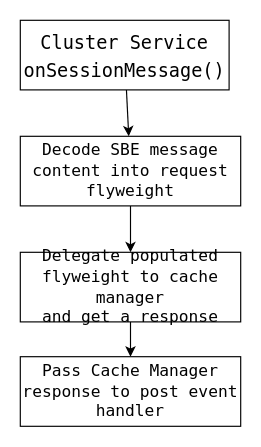
Before: docs/diagrams/cluster-service.dio in bhf/aeron-cache, a draw.io diagram. Source tidied: cells renumbered, new cells numbered last; positions are measured from the earlier drawing's top-left corner, leaving out a move shared by most shapes. Both pictures are drawn from the tidied source at 116%, with x=0, y=0 at pixel (20, 20).
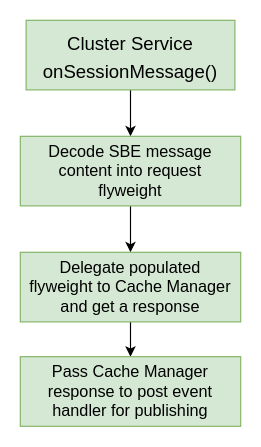
After the change.

The edit, as a diff of the source:
```diff
@@
 <mxGraphModel>
   <root>
     <mxCell id="0" />
     <mxCell id="1" parent="0" />
     <mxCell id="2" style="edgeStyle=none;hachureGap=4;html=1;fontFamily=Architects Daughter;fontSize=14;rounded=0;" parent="1" edge="1" source="3" target="5">
       <mxGeometry relative="1" as="geometry" />
     </mxCell>
-    <mxCell id="3" value="&lt;font size=&quot;3&quot;&gt;&lt;font face=&quot;Lucida Console&quot;&gt;Cluster Service&lt;br&gt;onSessionMessage()&lt;/font&gt;&lt;br&gt;&lt;/font&gt;" style="rounded=0;whiteSpace=wrap;html=1;hachureGap=4;fontFamily=Architects Daughter;fontSize=20;" parent="1" vertex="1">
-      <mxGeometry width="180" height="60" as="geometry" />
+    <mxCell id="3" value="&lt;font size=&quot;3&quot;&gt;&lt;font&gt;Cluster Service&lt;br&gt;onSessionMessage()&lt;/font&gt;&lt;br&gt;&lt;/font&gt;" style="rounded=0;whiteSpace=wrap;html=1;hachureGap=4;fontFamily=Helvetica;fontSize=20;fillColor=#d5e8d4;strokeColor=#82b366;" parent="1" vertex="1">
+      <mxGeometry x="5" width="180" height="60" as="geometry" />
     </mxCell>
     <mxCell id="4" style="edgeStyle=none;hachureGap=4;html=1;fontFamily=Architects Daughter;fontSize=14;rounded=0;" parent="1" edge="1" source="5" target="7">
       <mxGeometry relative="1" as="geometry" />
     </mxCell>
-    <mxCell id="5" value="&lt;font face=&quot;Lucida Console&quot;&gt;Decode SBE message&lt;br&gt;content into request&lt;br&gt;flyweight&lt;/font&gt;" style="rounded=0;whiteSpace=wrap;html=1;hachureGap=4;fontFamily=Architects Daughter;fontSize=14;" parent="1" vertex="1">
+    <mxCell id="5" value="&lt;font&gt;Decode SBE message&lt;br&gt;content into request&lt;br&gt;flyweight&lt;/font&gt;" style="rounded=0;whiteSpace=wrap;html=1;hachureGap=4;fontFamily=Helvetica;fontSize=14;fillColor=#d5e8d4;strokeColor=#82b366;" parent="1" vertex="1">
       <mxGeometry y="100" width="190" height="60" as="geometry" />
     </mxCell>
     <mxCell id="6" style="edgeStyle=none;hachureGap=4;html=1;fontFamily=Architects Daughter;fontSize=14;rounded=0;" parent="1" edge="1" source="7" target="8">
       <mxGeometry relative="1" as="geometry" />
     </mxCell>
-    <mxCell id="7" value="&lt;font face=&quot;Lucida Console&quot;&gt;Delegate populated&lt;br&gt;flyweight to cache manager&lt;br&gt;and get a response&lt;/font&gt;" style="rounded=0;whiteSpace=wrap;html=1;hachureGap=4;fontFamily=Architects Daughter;fontSize=14;" parent="1" vertex="1">
+    <mxCell id="7" value="&lt;font&gt;Delegate populated&lt;br&gt;flyweight to Cache Manager&lt;br&gt;and get a response&lt;/font&gt;" style="rounded=0;whiteSpace=wrap;html=1;hachureGap=4;fontFamily=Helvetica;fontSize=14;fillColor=#d5e8d4;strokeColor=#82b366;" parent="1" vertex="1">
       <mxGeometry y="200" width="190" height="60" as="geometry" />
     </mxCell>
-    <mxCell id="8" value="&lt;font face=&quot;Lucida Console&quot;&gt;Pass Cache Manager response to post event handler&lt;/font&gt;" style="rounded=0;whiteSpace=wrap;html=1;hachureGap=4;fontFamily=Architects Daughter;fontSize=14;" parent="1" vertex="1">
+    <mxCell id="8" value="&lt;font&gt;Pass Cache Manager response to post event handler for publishing&lt;/font&gt;" style="rounded=0;whiteSpace=wrap;html=1;hachureGap=4;fontFamily=Helvetica;fontSize=14;fillColor=#d5e8d4;strokeColor=#82b366;" parent="1" vertex="1">
       <mxGeometry y="290" width="190" height="60" as="geometry" />
     </mxCell>
   </root>
 </mxGraphModel>
```
